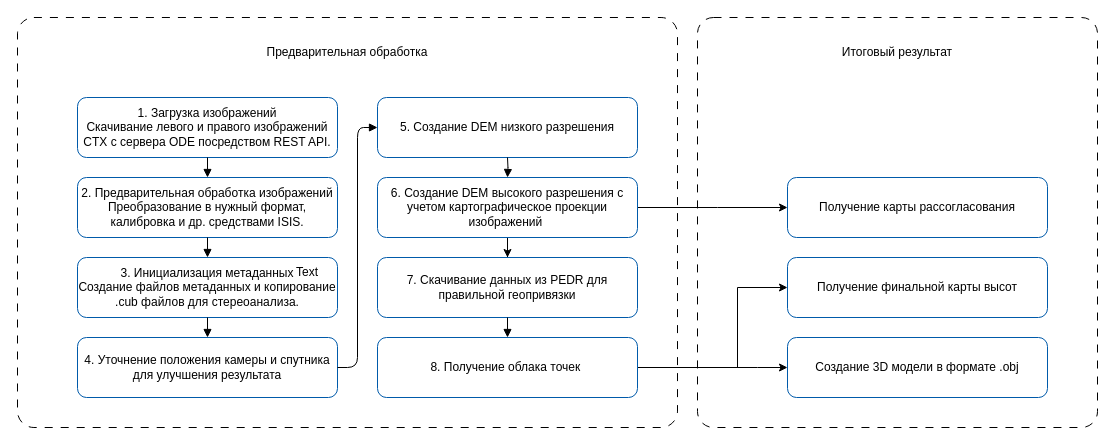
This is notebooks/diagram.drawio from BobbyGoop/pyameslib, a draw.io file, before an edit. Source tidied: cells renumbered, new cells numbered last; positions are measured from the earlier drawing's top-left corner, leaving out a move shared by most shapes. Both pictures are drawn from the tidied source at 100%, with x=0, y=0 at pixel (17, 17).
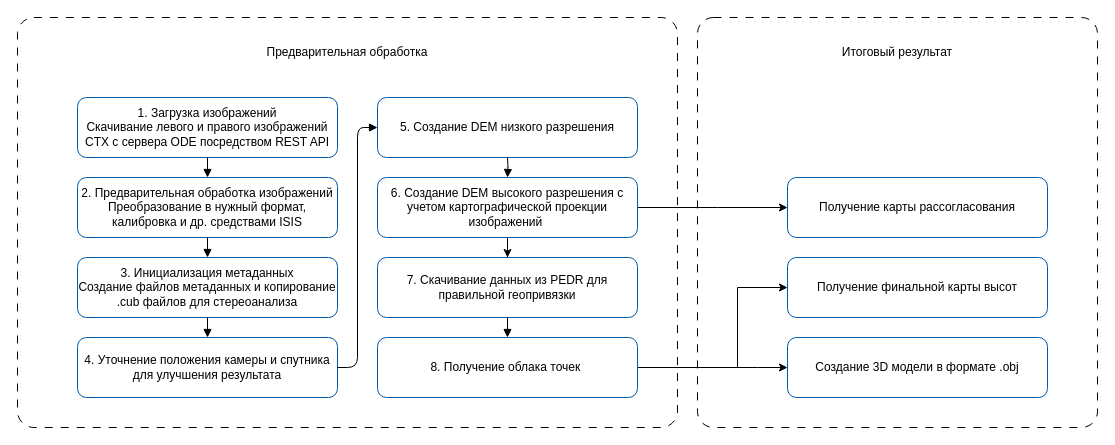
The same diagram, later.

Diff of the diagram source:
```diff
@@
-    <mxCell id="4" value="1. Загрузка изображений&lt;br&gt;Скачивание левого и правого изображений CTX с сервера ODE посредством REST API." style="rounded=1;whiteSpace=wrap;html=1;fillColor=none;strokeColor=#005AAA;fontFamily=Arial;" parent="1" vertex="1">
+    <mxCell id="4" value="1. Загрузка изображений&lt;br&gt;Скачивание левого и правого изображений CTX с сервера ODE посредством REST API" style="rounded=1;whiteSpace=wrap;html=1;fillColor=none;strokeColor=#005AAA;fontFamily=Arial;" parent="1" vertex="1">
       <mxGeometry x="60" y="80" width="260" height="60" as="geometry" />
     </mxCell>
-    <mxCell id="5" value="2. Предварительная обработка изображений&lt;br&gt;Преобразование в нужный формат, калибровка и др. средствами ISIS." style="rounded=1;whiteSpace=wrap;html=1;fillColor=none;strokeColor=#005AAA;fontFamily=Arial;" parent="1" vertex="1">
+    <mxCell id="5" value="2. Предварительная обработка изображений&lt;br&gt;Преобразование в нужный формат, калибровка и др. средствами ISIS" style="rounded=1;whiteSpace=wrap;html=1;fillColor=none;strokeColor=#005AAA;fontFamily=Arial;" parent="1" vertex="1">
       <mxGeometry x="60" y="160" width="260" height="60" as="geometry" />
     </mxCell>
-    <mxCell id="6" value="3. Инициализация метаданных&lt;br&gt;Создание файлов метаданных и копирование .cub файлов для стереоанализа." style="rounded=1;whiteSpace=wrap;html=1;fillColor=none;strokeColor=#005AAA;fontFamily=Arial;" parent="1" vertex="1">
+    <mxCell id="6" value="3. Инициализация метаданных&lt;br&gt;Создание файлов метаданных и копирование .cub файлов для стереоанализа" style="rounded=1;whiteSpace=wrap;html=1;fillColor=none;strokeColor=#005AAA;fontFamily=Arial;" parent="1" vertex="1">
       <mxGeometry x="60" y="240" width="260" height="60" as="geometry" />
     </mxCell>
@@
-    <mxCell id="11" value="6. Создание DEM высокого разрешения с учетом картографическое проекции изображений&amp;nbsp;" style="rounded=1;whiteSpace=wrap;html=1;fillColor=none;strokeColor=#005AAA;fontFamily=Arial;" parent="1" vertex="1">
+    <mxCell id="11" value="6. Создание DEM высокого разрешения с учетом картографической проекции изображений&amp;nbsp;" style="rounded=1;whiteSpace=wrap;html=1;fillColor=none;strokeColor=#005AAA;fontFamily=Arial;" parent="1" vertex="1">
       <mxGeometry x="360" y="160" width="260" height="60" as="geometry" />
     </mxCell>
@@
-    <mxCell id="25" value="Text" style="text;html=1;align=center;verticalAlign=middle;whiteSpace=wrap;rounded=0;fontFamily=Arial;" parent="1" vertex="1">
-      <mxGeometry x="260" y="240" width="60" height="30" as="geometry" />
-    </mxCell>
```
